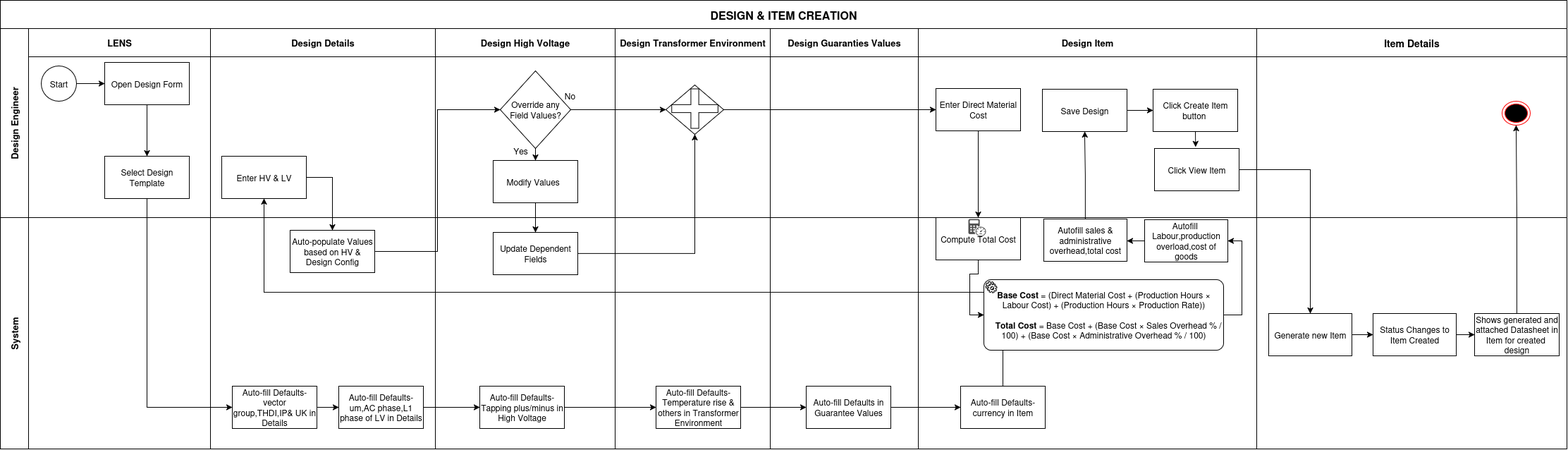
Earlier version of the draw.io export SGB/SGBG_Design.png (Iswariya-LMNAs/Diagrams). Source tidied: cells renumbered, new cells last; positions are measured from the earlier drawing's top-left corner, leaving out a move shared by most shapes.
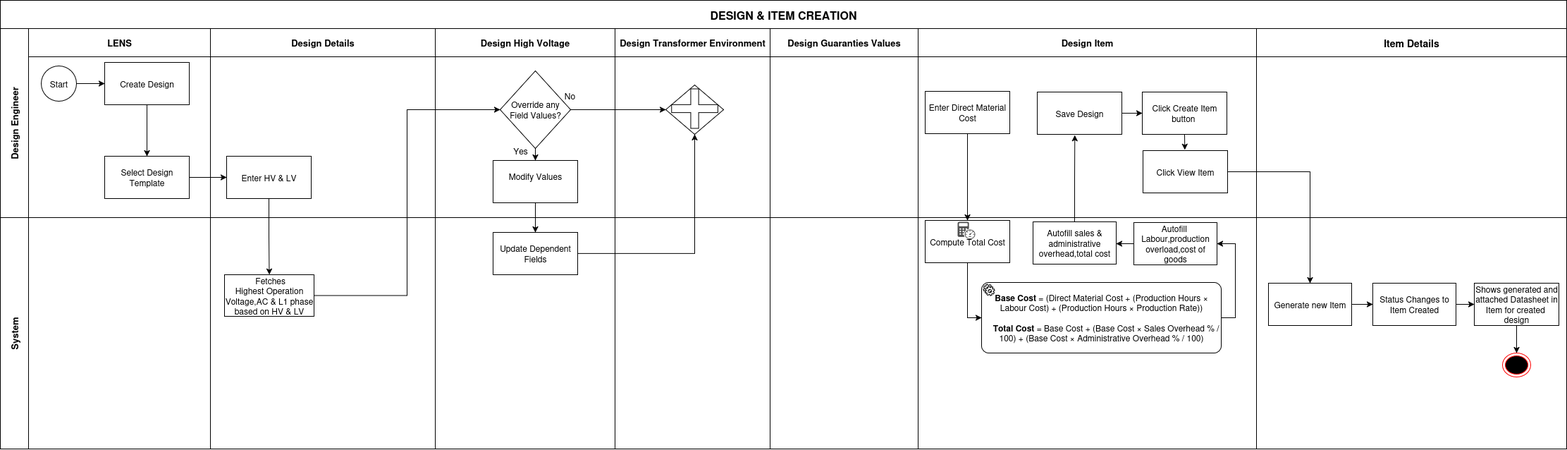
The same diagram one commit later.

Change to the diagram source:
```diff
@@ -3,7 +3,7 @@
     <mxCell id="0" />
     <mxCell id="1" parent="0" />
     <mxCell id="2" value="DESIGN &amp; ITEM CREATION" style="shape=table;startSize=40;fontSize=16;fontStyle=1;" parent="1" vertex="1">
-      <mxGeometry width="2222" height="636" as="geometry" />
+      <mxGeometry x="15" y="-4" width="2222" height="636" as="geometry" />
     </mxCell>
     <mxCell id="3" value="Design Engineer" style="shape=tableRow;horizontal=0;swimlaneHead=0;swimlaneBody=0;top=0;left=0;strokeColor=inherit;bottom=0;right=0;fontStyle=1;fillColor=none;startSize=40;fontSize=13;" parent="2" vertex="1">
       <mxGeometry y="40" width="2222" height="268" as="geometry" />
@@ -14,7 +14,7 @@
     <mxCell id="5" style="edgeStyle=orthogonalEdgeStyle;rounded=0;jettySize=auto;html=1;exitX=0.5;exitY=1;exitDx=0;exitDy=0;" parent="4" edge="1" source="6" target="9">
       <mxGeometry relative="1" as="geometry" />
     </mxCell>
-    <mxCell id="6" value="Open Design Form" style="rounded=0;whiteSpace=wrap;html=1;" parent="4" vertex="1">
+    <mxCell id="6" value="Create Design" style="rounded=0;whiteSpace=wrap;html=1;" parent="4" vertex="1">
       <mxGeometry x="108" y="48" width="120" height="60" as="geometry" />
     </mxCell>
     <mxCell id="7" value="Start" style="ellipse;whiteSpace=wrap;html=1;" parent="4" vertex="1">
@@ -30,7 +30,7 @@
       <mxGeometry x="298" width="319" height="268" as="geometry" />
     </mxCell>
     <mxCell id="11" value="Enter HV &amp;amp; LV" style="rounded=0;whiteSpace=wrap;html=1;" parent="10" vertex="1">
-      <mxGeometry x="16" y="181" width="120" height="60" as="geometry" />
+      <mxGeometry x="23" y="181" width="120" height="60" as="geometry" />
     </mxCell>
     <mxCell id="12" style="edgeStyle=orthogonalEdgeStyle;rounded=0;jettySize=auto;html=1;exitX=0.5;exitY=1;exitDx=0;exitDy=0;entryX=0.5;entryY=0;entryDx=0;entryDy=0;" parent="10" edge="1" source="13" target="14">
       <mxGeometry relative="1" as="geometry" />
@@ -38,7 +38,7 @@
     <mxCell id="13" value="&lt;div&gt;Override any&lt;/div&gt;&lt;div&gt;&amp;nbsp;Field Values?&amp;nbsp;&lt;/div&gt;" style="rhombus;whiteSpace=wrap;html=1;" parent="10" vertex="1">
       <mxGeometry x="411" y="60" width="100" height="110" as="geometry" />
     </mxCell>
-    <mxCell id="14" value="Modify Values&amp;nbsp;&amp;nbsp;" style="rounded=0;whiteSpace=wrap;html=1;" parent="10" vertex="1">
+    <mxCell id="14" value="Modify Values&lt;br&gt;&amp;nbsp;&amp;nbsp;" style="rounded=0;whiteSpace=wrap;html=1;" parent="10" vertex="1">
       <mxGeometry x="401" y="187" width="120" height="60" as="geometry" />
     </mxCell>
     <mxCell id="15" value="No" style="text;html=1;align=center;verticalAlign=middle;whiteSpace=wrap;rounded=0;" parent="10" vertex="1">
@@ -69,10 +69,10 @@
       <mxGeometry x="1302" width="480" height="268" as="geometry" />
     </mxCell>
     <mxCell id="24" value="Save Design" style="rounded=0;whiteSpace=wrap;html=1;" parent="23" vertex="1">
-      <mxGeometry x="176" y="86" width="120" height="60" as="geometry" />
+      <mxGeometry x="169" y="90" width="120" height="60" as="geometry" />
     </mxCell>
     <mxCell id="25" value="Click View Item" style="rounded=0;whiteSpace=wrap;html=1;" parent="23" vertex="1">
-      <mxGeometry x="335" y="170" width="120" height="60" as="geometry" />
+      <mxGeometry x="319" y="173" width="120" height="60" as="geometry" />
     </mxCell>
     <mxCell id="26" value="Item Details" style="swimlane;swimlaneHead=0;swimlaneBody=0;fontStyle=1;strokeColor=inherit;fillColor=none;startSize=40;fontSize=14;" parent="3" vertex="1">
       <mxGeometry x="1782" width="440" height="268" as="geometry" />
@@ -80,6 +80,9 @@
     <mxCell id="27" style="edgeStyle=orthogonalEdgeStyle;rounded=0;jettySize=auto;html=1;exitX=1;exitY=0.5;exitDx=0;exitDy=0;entryX=0;entryY=0.5;entryDx=0;entryDy=0;" parent="3" edge="1" source="13" target="20">
       <mxGeometry relative="1" as="geometry" />
     </mxCell>
+    <mxCell id="78" style="edgeStyle=orthogonalEdgeStyle;rounded=0;jettySize=auto;html=1;exitX=1;exitY=0.5;exitDx=0;exitDy=0;entryX=0;entryY=0.5;entryDx=0;entryDy=0;" parent="3" edge="1" source="9" target="11">
+      <mxGeometry relative="1" as="geometry" />
+    </mxCell>
     <mxCell id="28" value="System" style="shape=tableRow;horizontal=0;swimlaneHead=0;swimlaneBody=0;top=0;left=0;strokeColor=inherit;bottom=0;right=0;fontStyle=1;fillColor=none;startSize=40;fontSize=13;" parent="2" vertex="1">
       <mxGeometry y="308" width="2222" height="328" as="geometry" />
     </mxCell>
@@ -89,17 +92,8 @@
     <mxCell id="30" style="swimlane;swimlaneHead=0;swimlaneBody=0;fontStyle=0;strokeColor=inherit;fillColor=none;startSize=0;" parent="28" vertex="1">
       <mxGeometry x="298" width="319" height="328" as="geometry" />
     </mxCell>
-    <mxCell id="31" value="Auto-fill Defaults-um,AC phase,L1 phase of LV in Details" style="rounded=0;whiteSpace=wrap;html=1;" parent="30" vertex="1">
-      <mxGeometry x="182" y="239" width="120" height="60" as="geometry" />
-    </mxCell>
-    <mxCell id="32" style="edgeStyle=orthogonalEdgeStyle;rounded=0;jettySize=auto;html=1;exitX=1;exitY=0.5;exitDx=0;exitDy=0;entryX=0;entryY=0.5;entryDx=0;entryDy=0;" parent="30" edge="1" source="33" target="31">
-      <mxGeometry relative="1" as="geometry" />
-    </mxCell>
-    <mxCell id="33" value="Auto-fill Defaults- vector group,THDI,IP&amp;amp; UK in Details" style="rounded=0;whiteSpace=wrap;html=1;" parent="30" vertex="1">
-      <mxGeometry x="31" y="239" width="120" height="60" as="geometry" />
-    </mxCell>
-    <mxCell id="34" value="Auto-populate Values based on HV &amp;amp; Design Config" style="rounded=0;whiteSpace=wrap;html=1;" parent="30" vertex="1">
-      <mxGeometry x="113" y="18" width="120" height="60" as="geometry" />
+    <mxCell id="34" value="&amp;nbsp;Fetches&lt;br&gt;Highest Operation Voltage,AC &amp;amp; L1 phase based on HV &amp;amp; LV" style="rounded=0;whiteSpace=wrap;html=1;" parent="30" vertex="1">
+      <mxGeometry x="20" y="81" width="127" height="59" as="geometry" />
     </mxCell>
     <mxCell id="35" value="Update Dependent Fields" style="rounded=0;whiteSpace=wrap;html=1;" parent="30" vertex="1">
       <mxGeometry x="401" y="21" width="120" height="60" as="geometry" />
@@ -107,45 +101,21 @@
     <mxCell id="36" style="swimlane;swimlaneHead=0;swimlaneBody=0;fontStyle=0;strokeColor=inherit;fillColor=none;startSize=0;" parent="28" vertex="1">
       <mxGeometry x="617" width="255" height="328" as="geometry" />
     </mxCell>
-    <mxCell id="37" value="Auto-fill Defaults- Tapping plus/minus in High Voltage" style="rounded=0;whiteSpace=wrap;html=1;" parent="36" vertex="1">
-      <mxGeometry x="63" y="239" width="120" height="60" as="geometry" />
-    </mxCell>
     <mxCell id="38" style="swimlane;swimlaneHead=0;swimlaneBody=0;fontStyle=0;strokeColor=inherit;fillColor=none;startSize=0;" parent="28" vertex="1">
       <mxGeometry x="872" width="220" height="328" as="geometry" />
     </mxCell>
-    <mxCell id="39" value="Auto-fill Defaults- Temperature rise &amp;amp; others in Transformer Environment" style="rounded=0;whiteSpace=wrap;html=1;" parent="38" vertex="1">
-      <mxGeometry x="58" y="239" width="120" height="60" as="geometry" />
-    </mxCell>
     <mxCell id="40" style="swimlane;swimlaneHead=0;swimlaneBody=0;fontStyle=0;strokeColor=inherit;fillColor=none;startSize=0;" parent="28" vertex="1">
       <mxGeometry x="1092" width="210" height="328" as="geometry" />
     </mxCell>
-    <mxCell id="41" value="Auto-fill Defaults in Guarantee Values" style="rounded=0;whiteSpace=wrap;html=1;" parent="40" vertex="1">
-      <mxGeometry x="51" y="239" width="120" height="60" as="geometry" />
-    </mxCell>
     <mxCell id="42" style="swimlane;swimlaneHead=0;swimlaneBody=0;fontStyle=0;strokeColor=inherit;fillColor=none;startSize=0;" parent="28" vertex="1">
       <mxGeometry x="1302" width="480" height="328" as="geometry" />
     </mxCell>
-    <mxCell id="43" value="Auto-fill Defaults- currency in Item" style="rounded=0;whiteSpace=wrap;html=1;" parent="42" vertex="1">
-      <mxGeometry x="60" y="239" width="120" height="60" as="geometry" />
-    </mxCell>
     <mxCell id="44" style="swimlane;swimlaneHead=0;swimlaneBody=0;fontStyle=0;strokeColor=inherit;fillColor=none;startSize=0;" parent="28" vertex="1">
       <mxGeometry x="1782" width="440" height="328" as="geometry" />
     </mxCell>
-    <mxCell id="45" style="edgeStyle=orthogonalEdgeStyle;rounded=0;jettySize=auto;html=1;exitX=1;exitY=0.5;exitDx=0;exitDy=0;entryX=0;entryY=0.5;entryDx=0;entryDy=0;" parent="28" edge="1" source="31" target="37">
-      <mxGeometry relative="1" as="geometry" />
-    </mxCell>
-    <mxCell id="46" style="edgeStyle=orthogonalEdgeStyle;rounded=0;jettySize=auto;html=1;exitX=1;exitY=0.5;exitDx=0;exitDy=0;entryX=0;entryY=0.5;entryDx=0;entryDy=0;" parent="28" edge="1" source="37" target="39">
-      <mxGeometry relative="1" as="geometry" />
-    </mxCell>
-    <mxCell id="47" style="edgeStyle=orthogonalEdgeStyle;rounded=0;jettySize=auto;html=1;exitX=1;exitY=0.5;exitDx=0;exitDy=0;entryX=0;entryY=0.5;entryDx=0;entryDy=0;" parent="28" edge="1" source="39" target="41">
-      <mxGeometry relative="1" as="geometry" />
-    </mxCell>
-    <mxCell id="48" style="edgeStyle=orthogonalEdgeStyle;rounded=0;jettySize=auto;html=1;exitX=1;exitY=0.5;exitDx=0;exitDy=0;entryX=0;entryY=0.5;entryDx=0;entryDy=0;" parent="28" edge="1" source="41" target="43">
-      <mxGeometry relative="1" as="geometry" />
-    </mxCell>
-    <mxCell id="49" style="edgeStyle=orthogonalEdgeStyle;rounded=0;jettySize=auto;html=1;exitX=1;exitY=0.5;exitDx=0;exitDy=0;entryX=0.5;entryY=0;entryDx=0;entryDy=0;" parent="2" edge="1" source="11" target="34">
-      <mxGeometry relative="1" as="geometry" />
-    </mxCell>
+    <mxCell id="67" style="ellipse;html=1;shape=endState;fillColor=#000000;strokeColor=#ff0000;" parent="44" vertex="1">
+      <mxGeometry x="349" y="192" width="40" height="34" as="geometry" />
+    </mxCell>
     <mxCell id="50" style="edgeStyle=orthogonalEdgeStyle;rounded=0;jettySize=auto;html=1;exitX=1;exitY=0.5;exitDx=0;exitDy=0;entryX=0;entryY=0.5;entryDx=0;entryDy=0;" parent="2" edge="1" source="34" target="13">
       <mxGeometry relative="1" as="geometry" />
     </mxCell>
@@ -155,12 +125,9 @@
     <mxCell id="52" style="edgeStyle=orthogonalEdgeStyle;rounded=0;jettySize=auto;html=1;exitX=1;exitY=0.5;exitDx=0;exitDy=0;entryX=0.5;entryY=1;entryDx=0;entryDy=0;" parent="2" edge="1" source="35" target="20">
       <mxGeometry relative="1" as="geometry" />
     </mxCell>
-    <mxCell id="53" style="edgeStyle=orthogonalEdgeStyle;rounded=0;jettySize=auto;html=1;exitX=0.5;exitY=1;exitDx=0;exitDy=0;entryX=0;entryY=0.5;entryDx=0;entryDy=0;" parent="2" edge="1" source="9" target="33">
-      <mxGeometry relative="1" as="geometry" />
-    </mxCell>
-    <mxCell id="54" style="edgeStyle=orthogonalEdgeStyle;rounded=0;jettySize=auto;html=1;exitX=0.5;exitY=0;exitDx=0;exitDy=0;entryX=0.5;entryY=1;entryDx=0;entryDy=0;" parent="2" edge="1" source="43" target="11">
-      <mxGeometry relative="1" as="geometry" />
-    </mxCell>
+    <mxCell id="49" style="edgeStyle=orthogonalEdgeStyle;rounded=0;jettySize=auto;html=1;exitX=0.5;exitY=1;exitDx=0;exitDy=0;entryX=0.5;entryY=0;entryDx=0;entryDy=0;" parent="2" edge="1" source="11" target="34">
+      <mxGeometry relative="1" as="geometry" />
+    </mxCell>
     <mxCell id="55" style="edgeStyle=orthogonalEdgeStyle;rounded=0;jettySize=auto;html=1;exitX=0.5;exitY=1;exitDx=0;exitDy=0;entryX=0.5;entryY=0;entryDx=0;entryDy=0;" parent="1" edge="1" source="56" target="57">
       <mxGeometry relative="1" as="geometry" />
     </mxCell>
@@ -174,14 +141,11 @@
       <mxGeometry relative="1" as="geometry" />
     </mxCell>
     <mxCell id="59" value="&lt;b&gt;Base Cost&lt;/b&gt; = (Direct Material Cost + (Production Hours × Labour Cost) + (Production Hours × Production Rate))&lt;br&gt;&lt;br&gt;&amp;nbsp; &amp;nbsp; &lt;b&gt;Total Cost&lt;/b&gt; = Base Cost + (Base Cost × Sales Overhead % / 100) + (Base Cost × Administrative Overhead % / 100)" style="points=[[0.25,0,0],[0.5,0,0],[0.75,0,0],[1,0.25,0],[1,0.5,0],[1,0.75,0],[0.75,1,0],[0.5,1,0],[0.25,1,0],[0,0.75,0],[0,0.5,0],[0,0.25,0]];shape=mxgraph.bpmn.task2;whiteSpace=wrap;rectStyle=rounded;size=10;html=1;taskMarker=service;" parent="1" vertex="1">
-      <mxGeometry x="1395" y="396" width="340" height="100" as="geometry" />
+      <mxGeometry x="1407" y="396" width="340" height="100" as="geometry" />
     </mxCell>
     <mxCell id="60" style="sketch=0;shadow=0;dashed=0;html=1;strokeColor=none;fillColor=#505050;labelPosition=center;verticalLabelPosition=bottom;verticalAlign=top;align=center;shape=mxgraph.office.concepts.bandwidth_calculator;" parent="1" vertex="1">
       <mxGeometry x="1373" y="310" width="25" height="24.5" as="geometry" />
     </mxCell>
-    <mxCell id="61" style="edgeStyle=orthogonalEdgeStyle;rounded=0;jettySize=auto;html=1;exitX=0.5;exitY=0;exitDx=0;exitDy=0;entryX=0.5;entryY=1;entryDx=0;entryDy=0;" parent="1" edge="1" source="62" target="24">
-      <mxGeometry relative="1" as="geometry" />
-    </mxCell>
     <mxCell id="62" value="Autofill sales &amp;amp; administrative overhead,total cost" style="rounded=0;whiteSpace=wrap;html=1;" parent="1" vertex="1">
       <mxGeometry x="1480" y="310" width="118" height="60" as="geometry" />
     </mxCell>
@@ -199,38 +163,35 @@
     <mxCell id="66" value="Click Create Item button&amp;nbsp;" style="rounded=0;whiteSpace=wrap;html=1;" parent="1" vertex="1">
       <mxGeometry x="1635" y="126" width="120" height="60" as="geometry" />
     </mxCell>
-    <mxCell id="67" style="ellipse;html=1;shape=endState;fillColor=#000000;strokeColor=#ff0000;" parent="1" vertex="1">
-      <mxGeometry x="2130" y="143" width="40" height="34" as="geometry" />
-    </mxCell>
     <mxCell id="68" style="edgeStyle=orthogonalEdgeStyle;rounded=0;jettySize=auto;html=1;exitX=1;exitY=0.5;exitDx=0;exitDy=0;entryX=0;entryY=0.5;entryDx=0;entryDy=0;" parent="1" edge="1" source="69" target="73">
       <mxGeometry relative="1" as="geometry" />
     </mxCell>
     <mxCell id="69" value="Status Changes to Item Created" style="rounded=0;whiteSpace=wrap;html=1;" parent="1" vertex="1">
-      <mxGeometry x="1947" y="444" width="118" height="60" as="geometry" />
+      <mxGeometry x="1962" y="397" width="118" height="60" as="geometry" />
     </mxCell>
     <mxCell id="70" style="edgeStyle=orthogonalEdgeStyle;rounded=0;jettySize=auto;html=1;exitX=1;exitY=0.5;exitDx=0;exitDy=0;entryX=0;entryY=0.5;entryDx=0;entryDy=0;" parent="1" edge="1" source="71" target="69">
       <mxGeometry relative="1" as="geometry" />
     </mxCell>
     <mxCell id="71" value="Generate new Item" style="rounded=0;whiteSpace=wrap;html=1;" parent="1" vertex="1">
-      <mxGeometry x="1799" y="444" width="118" height="60" as="geometry" />
+      <mxGeometry x="1814" y="397" width="118" height="60" as="geometry" />
     </mxCell>
-    <mxCell id="72" style="edgeStyle=orthogonalEdgeStyle;rounded=0;jettySize=auto;html=1;exitX=0.5;exitY=0;exitDx=0;exitDy=0;entryX=0.5;entryY=1;entryDx=0;entryDy=0;" parent="1" edge="1" source="73" target="67">
+    <mxCell id="72" style="edgeStyle=orthogonalEdgeStyle;rounded=0;jettySize=auto;html=1;exitX=0.5;exitY=1;exitDx=0;exitDy=0;entryX=0.5;entryY=0;entryDx=0;entryDy=0;" parent="1" edge="1" source="73" target="67">
       <mxGeometry relative="1" as="geometry" />
     </mxCell>
     <mxCell id="73" value="Shows generated and attached Datasheet in Item for created&amp;nbsp; design" style="rounded=0;whiteSpace=wrap;html=1;" parent="1" vertex="1">
-      <mxGeometry x="2091" y="444" width="120" height="60" as="geometry" />
+      <mxGeometry x="2106" y="397" width="120" height="60" as="geometry" />
     </mxCell>
+    <mxCell id="61" style="edgeStyle=orthogonalEdgeStyle;rounded=0;jettySize=auto;html=1;exitX=0.5;exitY=0;exitDx=0;exitDy=0;entryX=0.444;entryY=1.017;entryDx=0;entryDy=0;entryPerimeter=0;" parent="1" edge="1" source="62" target="24">
+      <mxGeometry relative="1" as="geometry" />
+    </mxCell>
     <mxCell id="74" style="edgeStyle=orthogonalEdgeStyle;rounded=0;jettySize=auto;html=1;exitX=1;exitY=0.5;exitDx=0;exitDy=0;entryX=0;entryY=0.5;entryDx=0;entryDy=0;" parent="1" edge="1" source="24" target="66">
       <mxGeometry relative="1" as="geometry" />
     </mxCell>
+    <mxCell id="77" style="edgeStyle=orthogonalEdgeStyle;rounded=0;jettySize=auto;html=1;exitX=0.5;exitY=1;exitDx=0;exitDy=0;entryX=0;entryY=0.5;entryDx=0;entryDy=0;entryPerimeter=0;" parent="1" edge="1" source="57" target="59">
+      <mxGeometry relative="1" as="geometry" />
+    </mxCell>
     <mxCell id="75" style="edgeStyle=orthogonalEdgeStyle;rounded=0;jettySize=auto;html=1;exitX=1;exitY=0.5;exitDx=0;exitDy=0;entryX=0.5;entryY=0;entryDx=0;entryDy=0;" parent="1" edge="1" source="25" target="71">
       <mxGeometry relative="1" as="geometry" />
     </mxCell>
-    <mxCell id="76" style="edgeStyle=orthogonalEdgeStyle;rounded=0;jettySize=auto;html=1;exitX=1;exitY=0.5;exitDx=0;exitDy=0;entryX=0;entryY=0.5;entryDx=0;entryDy=0;" parent="1" edge="1" source="20" target="56">
-      <mxGeometry relative="1" as="geometry" />
-    </mxCell>
-    <mxCell id="77" style="edgeStyle=orthogonalEdgeStyle;rounded=0;jettySize=auto;html=1;exitX=0.5;exitY=1;exitDx=0;exitDy=0;entryX=0;entryY=0.5;entryDx=0;entryDy=0;entryPerimeter=0;" parent="1" edge="1" source="57" target="59">
-      <mxGeometry relative="1" as="geometry" />
-    </mxCell>
   </root>
 </mxGraphModel>
```
